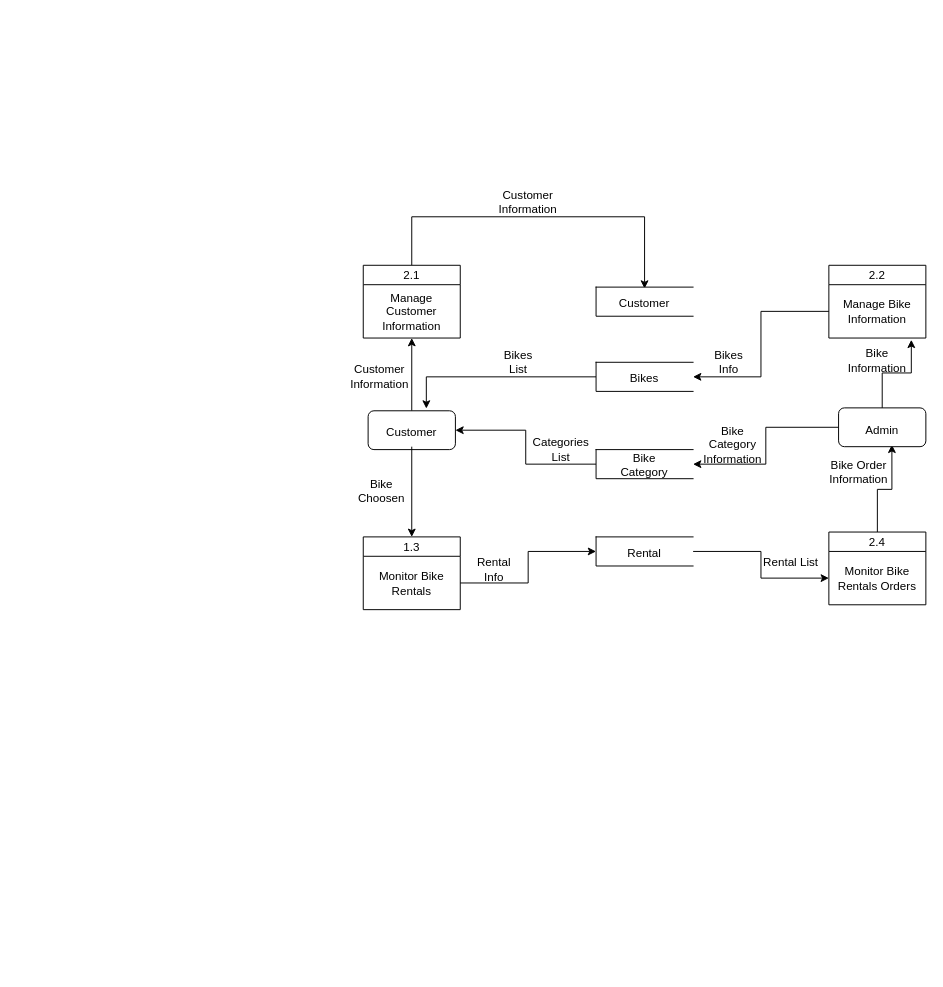
aashishpanthee/BikeRental-MERN-PROJECT keeps this draw.io diagram as Documentation/assets/DFD.drawio. Above is the earlier version. Source tidied: cells renumbered, new cells numbered last; positions are measured from the earlier drawing's top-left corner, leaving out a move shared by most shapes. Both pictures are drawn from the tidied source at 97%, with x=0, y=0 at pixel (350, 187).
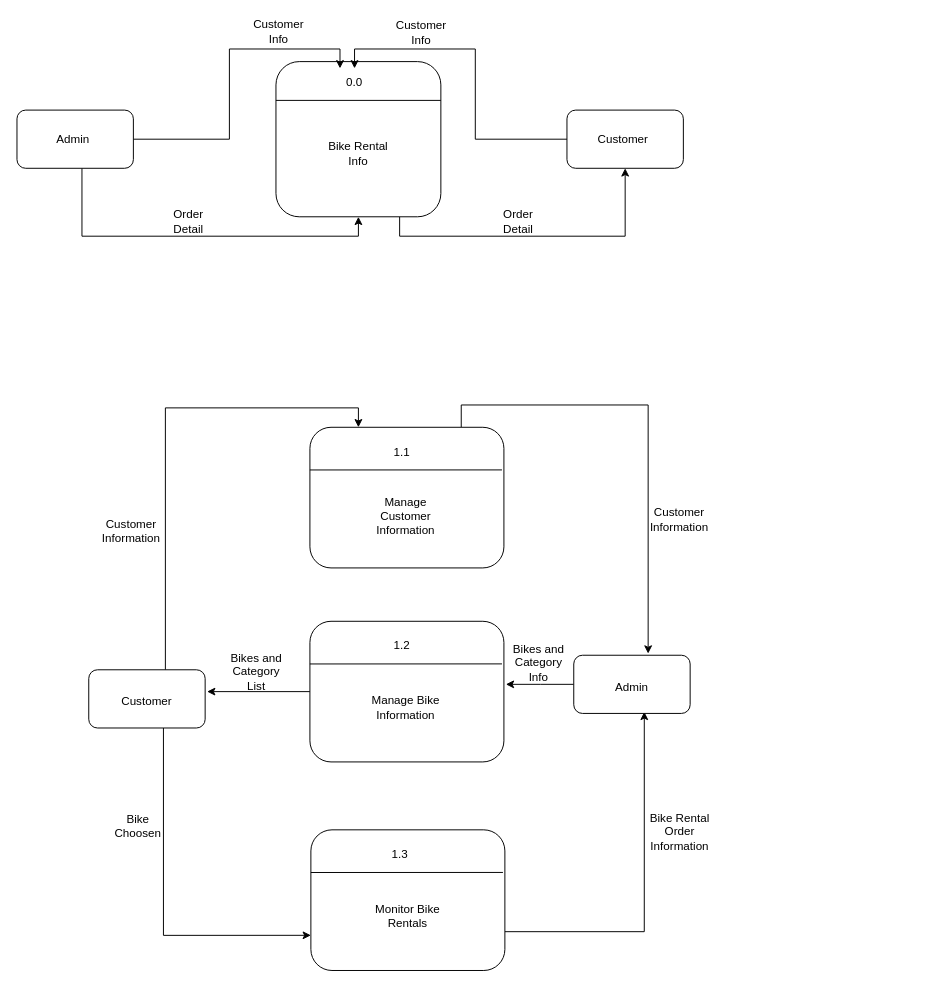
The same page after the edit.

Diff of the diagram source:
```diff
@@
-    <mxCell id="2" style="edgeStyle=orthogonalEdgeStyle;rounded=0;jettySize=auto;html=1;entryX=0.5;entryY=0;entryDx=0;entryDy=0;" parent="1" edge="1" source="3" target="10">
-      <mxGeometry relative="1" as="geometry">
-        <Array as="points">
-          <mxPoint x="63" y="30" />
-          <mxPoint x="303" y="30" />
-        </Array>
-      </mxGeometry>
-    </mxCell>
-    <mxCell id="3" value="2.1" style="swimlane;fontStyle=0;horizontal=1;startSize=20;fillColor=#ffffff;swimlaneFillColor=#ffffff;" parent="1" vertex="1">
-      <mxGeometry x="13" y="80" width="100" height="75" as="geometry" />
-    </mxCell>
+    <mxCell id="44" style="edgeStyle=orthogonalEdgeStyle;rounded=0;jettySize=auto;html=1;exitX=0.75;exitY=1;exitDx=0;exitDy=0;entryX=0.5;entryY=1;entryDx=0;entryDy=0;" parent="1" edge="1" source="45" target="53">
+      <mxGeometry relative="1" as="geometry" />
+    </mxCell>
+    <mxCell id="45" style="rounded=1;whiteSpace=wrap;html=1;" parent="1" vertex="1">
+      <mxGeometry x="-77" y="-130" width="170" height="160" as="geometry" />
+    </mxCell>
+    <mxCell id="46" style="endArrow=none;html=1;rounded=0;entryX=1;entryY=0.25;entryDx=0;entryDy=0;" parent="1" edge="1" target="45">
+      <mxGeometry relative="1" as="geometry">
+        <mxPoint x="-77" y="-90" as="sourcePoint" />
+      </mxGeometry>
+    </mxCell>
+    <mxCell id="47" value="0.0" style="text;html=1;strokeColor=none;fillColor=none;align=center;verticalAlign=middle;whiteSpace=wrap;rounded=0;" parent="1" vertex="1">
+      <mxGeometry x="-26" y="-123" width="60" height="30" as="geometry" />
+    </mxCell>
+    <mxCell id="48" style="edgeStyle=orthogonalEdgeStyle;rounded=0;jettySize=auto;html=1;entryX=0.25;entryY=0;entryDx=0;entryDy=0;" parent="1" edge="1" source="50" target="47">
+      <mxGeometry relative="1" as="geometry" />
+    </mxCell>
+    <mxCell id="49" style="edgeStyle=orthogonalEdgeStyle;rounded=0;jettySize=auto;html=1;entryX=0.5;entryY=1;entryDx=0;entryDy=0;" parent="1" edge="1" source="50" target="45">
+      <mxGeometry relative="1" as="geometry">
+        <Array as="points">
+          <mxPoint x="-277" y="50" />
+          <mxPoint x="8" y="50" />
+        </Array>
+      </mxGeometry>
+    </mxCell>
+    <mxCell id="50" style="rounded=1;whiteSpace=wrap;html=1;" parent="1" vertex="1">
+      <mxGeometry x="-344" y="-80" width="120" height="60" as="geometry" />
+    </mxCell>
+    <mxCell id="51" value="Admin" style="text;html=1;strokeColor=none;fillColor=none;align=center;verticalAlign=middle;whiteSpace=wrap;rounded=0;" parent="1" vertex="1">
+      <mxGeometry x="-316" y="-65" width="60" height="30" as="geometry" />
+    </mxCell>
+    <mxCell id="52" style="edgeStyle=orthogonalEdgeStyle;rounded=0;jettySize=auto;html=1;entryX=0.5;entryY=0;entryDx=0;entryDy=0;" parent="1" edge="1" source="53" target="47">
+      <mxGeometry relative="1" as="geometry" />
+    </mxCell>
+    <mxCell id="53" style="rounded=1;whiteSpace=wrap;html=1;" parent="1" vertex="1">
+      <mxGeometry x="223" y="-80" width="120" height="60" as="geometry" />
+    </mxCell>
+    <mxCell id="54" value="Customer" style="text;html=1;strokeColor=none;fillColor=none;align=center;verticalAlign=middle;whiteSpace=wrap;rounded=0;" parent="1" vertex="1">
+      <mxGeometry x="251" y="-65" width="60" height="30" as="geometry" />
+    </mxCell>
+    <mxCell id="55" value="Customer Info" style="text;html=1;strokeColor=none;fillColor=none;align=center;verticalAlign=middle;whiteSpace=wrap;rounded=0;" parent="1" vertex="1">
+      <mxGeometry x="43" y="-175" width="60" height="30" as="geometry" />
+    </mxCell>
+    <mxCell id="56" value="Customer Info" style="text;html=1;strokeColor=none;fillColor=none;align=center;verticalAlign=middle;whiteSpace=wrap;rounded=0;" parent="1" vertex="1">
+      <mxGeometry x="-104" y="-176" width="60" height="30" as="geometry" />
+    </mxCell>
+    <mxCell id="57" value="Bike Rental Info" style="text;html=1;strokeColor=none;fillColor=none;align=center;verticalAlign=middle;whiteSpace=wrap;rounded=0;" parent="1" vertex="1">
+      <mxGeometry x="-32" y="-50" width="80" height="30" as="geometry" />
+    </mxCell>
+    <mxCell id="58" value="Order Detail" style="text;html=1;strokeColor=none;fillColor=none;align=center;verticalAlign=middle;whiteSpace=wrap;rounded=0;" parent="1" vertex="1">
+      <mxGeometry x="-197" y="20" width="60" height="30" as="geometry" />
+    </mxCell>
+    <mxCell id="59" value="Order Detail" style="text;html=1;strokeColor=none;fillColor=none;align=center;verticalAlign=middle;whiteSpace=wrap;rounded=0;" parent="1" vertex="1">
+      <mxGeometry x="143" y="20" width="60" height="30" as="geometry" />
+    </mxCell>
+    <mxCell id="60" style="edgeStyle=orthogonalEdgeStyle;rounded=0;jettySize=auto;html=1;" parent="1" edge="1" source="61">
+      <mxGeometry relative="1" as="geometry">
+        <mxPoint x="306.7" y="480.3" as="targetPoint" />
+        <Array as="points">
+          <mxPoint x="114" y="224" />
+          <mxPoint x="307" y="224" />
+        </Array>
+      </mxGeometry>
+    </mxCell>
+    <mxCell id="61" style="rounded=1;whiteSpace=wrap;html=1;" parent="1" vertex="1">
+      <mxGeometry x="-42" y="247" width="200" height="145" as="geometry" />
+    </mxCell>
+    <mxCell id="62" style="endArrow=none;html=1;rounded=0;entryX=0.99;entryY=0.303;entryDx=0;entryDy=0;entryPerimeter=0;" parent="1" edge="1" target="61">
+      <mxGeometry relative="1" as="geometry">
+        <mxPoint x="-42" y="291" as="sourcePoint" />
+      </mxGeometry>
+    </mxCell>
+    <mxCell id="63" style="edgeStyle=orthogonalEdgeStyle;rounded=0;jettySize=auto;html=1;" parent="1" edge="1" source="64">
+      <mxGeometry relative="1" as="geometry">
+        <mxPoint x="-148" y="519.5" as="targetPoint" />
+      </mxGeometry>
+    </mxCell>
+    <mxCell id="64" style="rounded=1;whiteSpace=wrap;html=1;" parent="1" vertex="1">
+      <mxGeometry x="-42" y="447" width="200" height="145" as="geometry" />
+    </mxCell>
+    <mxCell id="65" style="endArrow=none;html=1;rounded=0;entryX=0.99;entryY=0.303;entryDx=0;entryDy=0;entryPerimeter=0;" parent="1" edge="1" target="64">
+      <mxGeometry relative="1" as="geometry">
+        <mxPoint x="-42" y="491" as="sourcePoint" />
+      </mxGeometry>
+    </mxCell>
+    <mxCell id="66" style="edgeStyle=orthogonalEdgeStyle;rounded=0;jettySize=auto;html=1;entryX=0.606;entryY=0.972;entryDx=0;entryDy=0;entryPerimeter=0;" parent="1" edge="1" source="67" target="76">
+      <mxGeometry relative="1" as="geometry">
+        <Array as="points">
+          <mxPoint x="303" y="767" />
+        </Array>
+      </mxGeometry>
+    </mxCell>
+    <mxCell id="67" style="rounded=1;whiteSpace=wrap;html=1;" parent="1" vertex="1">
+      <mxGeometry x="-41" y="662" width="200" height="145" as="geometry" />
+    </mxCell>
+    <mxCell id="68" style="endArrow=none;html=1;rounded=0;entryX=0.99;entryY=0.303;entryDx=0;entryDy=0;entryPerimeter=0;" parent="1" edge="1" target="67">
+      <mxGeometry relative="1" as="geometry">
+        <mxPoint x="-41" y="706" as="sourcePoint" />
+      </mxGeometry>
+    </mxCell>
+    <mxCell id="69" value="1.1" style="text;html=1;strokeColor=none;fillColor=none;align=center;verticalAlign=middle;whiteSpace=wrap;rounded=0;" parent="1" vertex="1">
+      <mxGeometry x="23" y="258" width="60" height="30" as="geometry" />
+    </mxCell>
+    <mxCell id="70" value="1.2" style="text;html=1;strokeColor=none;fillColor=none;align=center;verticalAlign=middle;whiteSpace=wrap;rounded=0;" parent="1" vertex="1">
+      <mxGeometry x="23" y="457" width="60" height="30" as="geometry" />
+    </mxCell>
+    <mxCell id="7" value="1.3" style="text;html=1;strokeColor=none;fillColor=none;align=center;verticalAlign=middle;whiteSpace=wrap;rounded=0;" parent="1" vertex="1">
+      <mxGeometry x="21" y="673" width="60" height="30" as="geometry" />
+    </mxCell>
-    <mxCell id="4" value="Manage Customer Information" style="text;html=1;strokeColor=none;fillColor=none;align=center;verticalAlign=middle;whiteSpace=wrap;rounded=0;" parent="3" vertex="1">
-      <mxGeometry y="20" width="100" height="55" as="geometry" />
+    <mxCell id="4" value="Manage Customer Information" style="text;html=1;strokeColor=none;fillColor=none;align=center;verticalAlign=middle;whiteSpace=wrap;rounded=0;" parent="1" vertex="1">
+      <mxGeometry x="11" y="312" width="92" height="53" as="geometry" />
     </mxCell>
-    <mxCell id="5" value="2.2" style="swimlane;fontStyle=0;horizontal=1;startSize=20;fillColor=#ffffff;swimlaneFillColor=#ffffff;" parent="1" vertex="1">
-      <mxGeometry x="493" y="80" width="100" height="75" as="geometry" />
-    </mxCell>
-    <mxCell id="6" value="Manage Bike Information" style="text;html=1;strokeColor=none;fillColor=none;align=center;verticalAlign=middle;whiteSpace=wrap;rounded=0;" parent="5" vertex="1">
-      <mxGeometry y="20" width="100" height="55" as="geometry" />
+    <mxCell id="6" value="Manage Bike Information" style="text;html=1;strokeColor=none;fillColor=none;align=center;verticalAlign=middle;whiteSpace=wrap;rounded=0;" parent="1" vertex="1">
+      <mxGeometry x="11" y="509" width="92" height="53" as="geometry" />
     </mxCell>
-    <mxCell id="7" value="1.3" style="swimlane;fontStyle=0;horizontal=1;startSize=20;fillColor=#ffffff;swimlaneFillColor=#ffffff;" parent="1" vertex="1">
-      <mxGeometry x="13" y="360" width="100" height="75" as="geometry" />
-    </mxCell>
-    <mxCell id="8" value="Monitor Bike Rentals" style="text;html=1;strokeColor=none;fillColor=none;align=center;verticalAlign=middle;whiteSpace=wrap;rounded=0;" parent="7" vertex="1">
-      <mxGeometry y="20" width="100" height="55" as="geometry" />
+    <mxCell id="8" value="Monitor Bike Rentals" style="text;html=1;strokeColor=none;fillColor=none;align=center;verticalAlign=middle;whiteSpace=wrap;rounded=0;" parent="1" vertex="1">
+      <mxGeometry x="13" y="724" width="92" height="53" as="geometry" />
     </mxCell>
-    <mxCell id="9" style="html=1;dashed=0;whiteSpace=wrap;shape=partialRectangle;right=0;" parent="1" vertex="1">
-      <mxGeometry x="253" y="102.5" width="100" height="30" as="geometry" />
-    </mxCell>
-    <mxCell id="10" value="Customer" style="text;html=1;strokeColor=none;fillColor=none;align=center;verticalAlign=middle;whiteSpace=wrap;rounded=0;" parent="1" vertex="1">
-      <mxGeometry x="273" y="104" width="60" height="30" as="geometry" />
-    </mxCell>
-    <mxCell id="11" style="edgeStyle=orthogonalEdgeStyle;rounded=0;jettySize=auto;html=1;entryX=0.667;entryY=-0.058;entryDx=0;entryDy=0;entryPerimeter=0;" parent="1" edge="1" source="12" target="24">
-      <mxGeometry relative="1" as="geometry" />
-    </mxCell>
-    <mxCell id="12" style="html=1;dashed=0;whiteSpace=wrap;shape=partialRectangle;right=0;" parent="1" vertex="1">
-      <mxGeometry x="253" y="180" width="100" height="30" as="geometry" />
-    </mxCell>
-    <mxCell id="13" value="Bikes" style="text;html=1;strokeColor=none;fillColor=none;align=center;verticalAlign=middle;whiteSpace=wrap;rounded=0;" parent="1" vertex="1">
-      <mxGeometry x="273" y="181.5" width="60" height="30" as="geometry" />
-    </mxCell>
-    <mxCell id="14" style="edgeStyle=orthogonalEdgeStyle;rounded=0;jettySize=auto;html=1;entryX=1;entryY=0.5;entryDx=0;entryDy=0;" parent="1" edge="1" source="15" target="24">
-      <mxGeometry relative="1" as="geometry" />
-    </mxCell>
-    <mxCell id="15" style="html=1;dashed=0;whiteSpace=wrap;shape=partialRectangle;right=0;" parent="1" vertex="1">
-      <mxGeometry x="253" y="270" width="100" height="30" as="geometry" />
-    </mxCell>
-    <mxCell id="16" value="Bike Category" style="text;html=1;strokeColor=none;fillColor=none;align=center;verticalAlign=middle;whiteSpace=wrap;rounded=0;" parent="1" vertex="1">
-      <mxGeometry x="273" y="270.5" width="60" height="30" as="geometry" />
-    </mxCell>
-    <mxCell id="17" style="edgeStyle=orthogonalEdgeStyle;rounded=0;jettySize=auto;html=1;" parent="1" edge="1" source="18" target="22">
-      <mxGeometry relative="1" as="geometry" />
-    </mxCell>
-    <mxCell id="18" style="html=1;dashed=0;whiteSpace=wrap;shape=partialRectangle;right=0;" parent="1" vertex="1">
-      <mxGeometry x="253" y="360" width="100" height="30" as="geometry" />
-    </mxCell>
-    <mxCell id="19" value="Rental" style="text;html=1;strokeColor=none;fillColor=none;align=center;verticalAlign=middle;whiteSpace=wrap;rounded=0;" parent="1" vertex="1">
-      <mxGeometry x="273" y="361.5" width="60" height="30" as="geometry" />
-    </mxCell>
-    <mxCell id="20" style="edgeStyle=orthogonalEdgeStyle;rounded=0;jettySize=auto;html=1;entryX=0.611;entryY=0.95;entryDx=0;entryDy=0;entryPerimeter=0;" parent="1" edge="1" source="21" target="30">
-      <mxGeometry relative="1" as="geometry" />
-    </mxCell>
-    <mxCell id="21" value="2.4" style="swimlane;fontStyle=0;horizontal=1;startSize=20;fillColor=#ffffff;swimlaneFillColor=#ffffff;" parent="1" vertex="1">
-      <mxGeometry x="493" y="355" width="100" height="75" as="geometry" />
-    </mxCell>
-    <mxCell id="22" value="Monitor Bike Rentals Orders" style="text;html=1;strokeColor=none;fillColor=none;align=center;verticalAlign=middle;whiteSpace=wrap;rounded=0;" parent="21" vertex="1">
-      <mxGeometry y="20" width="100" height="55" as="geometry" />
-    </mxCell>
-    <mxCell id="23" style="edgeStyle=orthogonalEdgeStyle;rounded=0;jettySize=auto;html=1;entryX=0.5;entryY=1;entryDx=0;entryDy=0;" parent="1" edge="1" source="24" target="4">
-      <mxGeometry relative="1" as="geometry" />
-    </mxCell>
-    <mxCell id="24" style="rounded=1;whiteSpace=wrap;html=1;" parent="1" vertex="1">
-      <mxGeometry x="18" y="230" width="90" height="40" as="geometry" />
-    </mxCell>
-    <mxCell id="25" style="edgeStyle=orthogonalEdgeStyle;rounded=0;jettySize=auto;html=1;entryX=0.5;entryY=0;entryDx=0;entryDy=0;" parent="1" edge="1" source="26" target="7">
-      <mxGeometry relative="1" as="geometry" />
-    </mxCell>
-    <mxCell id="26" value="Customer" style="text;html=1;strokeColor=none;fillColor=none;align=center;verticalAlign=middle;whiteSpace=wrap;rounded=0;" parent="1" vertex="1">
-      <mxGeometry x="33" y="237" width="60" height="30" as="geometry" />
-    </mxCell>
-    <mxCell id="27" value="Customer Information" style="text;html=1;strokeColor=none;fillColor=none;align=center;verticalAlign=middle;whiteSpace=wrap;rounded=0;" parent="1" vertex="1">
-      <mxGeometry y="179.5" width="60" height="30" as="geometry" />
-    </mxCell>
-    <mxCell id="28" style="edgeStyle=orthogonalEdgeStyle;rounded=0;jettySize=auto;html=1;entryX=1;entryY=0.5;entryDx=0;entryDy=0;" parent="1" edge="1" source="30" target="15">
-      <mxGeometry relative="1" as="geometry" />
-    </mxCell>
-    <mxCell id="29" style="edgeStyle=orthogonalEdgeStyle;rounded=0;jettySize=auto;html=1;entryX=0.85;entryY=1.033;entryDx=0;entryDy=0;entryPerimeter=0;" parent="1" edge="1" source="30" target="6">
-      <mxGeometry relative="1" as="geometry" />
-    </mxCell>
-    <mxCell id="30" style="rounded=1;whiteSpace=wrap;html=1;" parent="1" vertex="1">
-      <mxGeometry x="503" y="227" width="90" height="40" as="geometry" />
-    </mxCell>
-    <mxCell id="31" value="Admin" style="text;html=1;strokeColor=none;fillColor=none;align=center;verticalAlign=middle;whiteSpace=wrap;rounded=0;" parent="1" vertex="1">
-      <mxGeometry x="518" y="242" width="60" height="16" as="geometry" />
-    </mxCell>
-    <mxCell id="32" style="edgeStyle=orthogonalEdgeStyle;rounded=0;jettySize=auto;html=1;entryX=0;entryY=0.5;entryDx=0;entryDy=0;" parent="1" edge="1" source="8" target="18">
-      <mxGeometry relative="1" as="geometry" />
-    </mxCell>
-    <mxCell id="33" style="edgeStyle=orthogonalEdgeStyle;rounded=0;jettySize=auto;html=1;entryX=1;entryY=0.5;entryDx=0;entryDy=0;" parent="1" edge="1" source="6" target="12">
-      <mxGeometry relative="1" as="geometry" />
-    </mxCell>
-    <mxCell id="34" value="Customer Information" style="text;html=1;strokeColor=none;fillColor=none;align=center;verticalAlign=middle;whiteSpace=wrap;rounded=0;" parent="1" vertex="1">
-      <mxGeometry x="153" width="60" height="30" as="geometry" />
-    </mxCell>
-    <mxCell id="35" value="Bike Category Information" style="text;html=1;strokeColor=none;fillColor=none;align=center;verticalAlign=middle;whiteSpace=wrap;rounded=0;" parent="1" vertex="1">
-      <mxGeometry x="364" y="250" width="60" height="30" as="geometry" />
-    </mxCell>
-    <mxCell id="36" value="Categories List" style="text;html=1;strokeColor=none;fillColor=none;align=center;verticalAlign=middle;whiteSpace=wrap;rounded=0;" parent="1" vertex="1">
-      <mxGeometry x="187" y="255" width="60" height="30" as="geometry" />
-    </mxCell>
-    <mxCell id="37" value="Bike Information" style="text;html=1;strokeColor=none;fillColor=none;align=center;verticalAlign=middle;whiteSpace=wrap;rounded=0;" parent="1" vertex="1">
-      <mxGeometry x="513" y="162.5" width="60" height="30" as="geometry" />
-    </mxCell>
-    <mxCell id="38" value="Bikes &lt;br&gt;Info" style="text;html=1;strokeColor=none;fillColor=none;align=center;verticalAlign=middle;whiteSpace=wrap;rounded=0;" parent="1" vertex="1">
-      <mxGeometry x="360" y="164.5" width="60" height="30" as="geometry" />
-    </mxCell>
-    <mxCell id="39" value="Bikes &lt;br&gt;List" style="text;html=1;strokeColor=none;fillColor=none;align=center;verticalAlign=middle;whiteSpace=wrap;rounded=0;" parent="1" vertex="1">
-      <mxGeometry x="143" y="164.5" width="60" height="30" as="geometry" />
-    </mxCell>
+    <mxCell id="71" style="edgeStyle=orthogonalEdgeStyle;rounded=0;jettySize=auto;html=1;entryX=0.25;entryY=0;entryDx=0;entryDy=0;" parent="1" edge="1" source="73" target="61">
+      <mxGeometry relative="1" as="geometry">
+        <Array as="points">
+          <mxPoint x="-191" y="227" />
+          <mxPoint x="8" y="227" />
+        </Array>
+      </mxGeometry>
+    </mxCell>
+    <mxCell id="72" style="edgeStyle=orthogonalEdgeStyle;rounded=0;jettySize=auto;html=1;entryX=0;entryY=0.75;entryDx=0;entryDy=0;" parent="1" edge="1" source="73" target="67">
+      <mxGeometry relative="1" as="geometry">
+        <Array as="points">
+          <mxPoint x="-193" y="771" />
+        </Array>
+      </mxGeometry>
+    </mxCell>
+    <mxCell id="73" style="rounded=1;whiteSpace=wrap;html=1;" parent="1" vertex="1">
+      <mxGeometry x="-270" y="497" width="120" height="60" as="geometry" />
+    </mxCell>
+    <mxCell id="74" value="Customer" style="text;html=1;strokeColor=none;fillColor=none;align=center;verticalAlign=middle;whiteSpace=wrap;rounded=0;" parent="1" vertex="1">
+      <mxGeometry x="-240" y="515" width="60" height="30" as="geometry" />
+    </mxCell>
+    <mxCell id="75" style="edgeStyle=orthogonalEdgeStyle;rounded=0;jettySize=auto;html=1;" parent="1" edge="1" source="76">
+      <mxGeometry relative="1" as="geometry">
+        <mxPoint x="160" y="512" as="targetPoint" />
+      </mxGeometry>
+    </mxCell>
+    <mxCell id="76" style="rounded=1;whiteSpace=wrap;html=1;" parent="1" vertex="1">
+      <mxGeometry x="230" y="482" width="120" height="60" as="geometry" />
+    </mxCell>
+    <mxCell id="77" value="Admin" style="text;html=1;strokeColor=none;fillColor=none;align=center;verticalAlign=middle;whiteSpace=wrap;rounded=0;" parent="1" vertex="1">
+      <mxGeometry x="260" y="500" width="60" height="30" as="geometry" />
+    </mxCell>
+    <mxCell id="78" value="Customer Information" style="text;html=1;strokeColor=none;fillColor=none;align=center;verticalAlign=middle;whiteSpace=wrap;rounded=0;" parent="1" vertex="1">
+      <mxGeometry x="-256" y="339" width="60" height="30" as="geometry" />
+    </mxCell>
+    <mxCell id="79" value="Customer Information" style="text;html=1;strokeColor=none;fillColor=none;align=center;verticalAlign=middle;whiteSpace=wrap;rounded=0;" parent="1" vertex="1">
+      <mxGeometry x="309" y="327" width="60" height="30" as="geometry" />
+    </mxCell>
+    <mxCell id="80" value="Bikes and Category Info" style="text;html=1;strokeColor=none;fillColor=none;align=center;verticalAlign=middle;whiteSpace=wrap;rounded=0;" parent="1" vertex="1">
+      <mxGeometry x="162" y="475" width="64" height="30" as="geometry" />
+    </mxCell>
+    <mxCell id="81" value="Bikes and Category List" style="text;html=1;strokeColor=none;fillColor=none;align=center;verticalAlign=middle;whiteSpace=wrap;rounded=0;" parent="1" vertex="1">
+      <mxGeometry x="-129" y="484" width="64" height="30" as="geometry" />
+    </mxCell>
     <mxCell id="40" value="Bike Choosen" style="text;html=1;strokeColor=none;fillColor=none;align=center;verticalAlign=middle;whiteSpace=wrap;rounded=0;" parent="1" vertex="1">
-      <mxGeometry x="2" y="298" width="60" height="30" as="geometry" />
+      <mxGeometry x="-249" y="643" width="60" height="30" as="geometry" />
     </mxCell>
-    <mxCell id="41" value="Rental Info" style="text;html=1;strokeColor=none;fillColor=none;align=center;verticalAlign=middle;whiteSpace=wrap;rounded=0;" parent="1" vertex="1">
-      <mxGeometry x="118" y="378.5" width="60" height="30" as="geometry" />
-    </mxCell>
-    <mxCell id="42" value="Rental List" style="text;html=1;strokeColor=none;fillColor=none;align=center;verticalAlign=middle;whiteSpace=wrap;rounded=0;" parent="1" vertex="1">
-      <mxGeometry x="424" y="372" width="60" height="30" as="geometry" />
-    </mxCell>
-    <mxCell id="43" value="Bike Order Information" style="text;html=1;strokeColor=none;fillColor=none;align=center;verticalAlign=middle;whiteSpace=wrap;rounded=0;" parent="1" vertex="1">
-      <mxGeometry x="494" y="277.5" width="60" height="30" as="geometry" />
-    </mxCell>
+    <mxCell id="82" value="Bike Rental Order Information" style="text;html=1;strokeColor=none;fillColor=none;align=center;verticalAlign=middle;whiteSpace=wrap;rounded=0;" parent="1" vertex="1">
+      <mxGeometry x="303.5" y="649" width="71" height="30" as="geometry" />
+    </mxCell>
```
